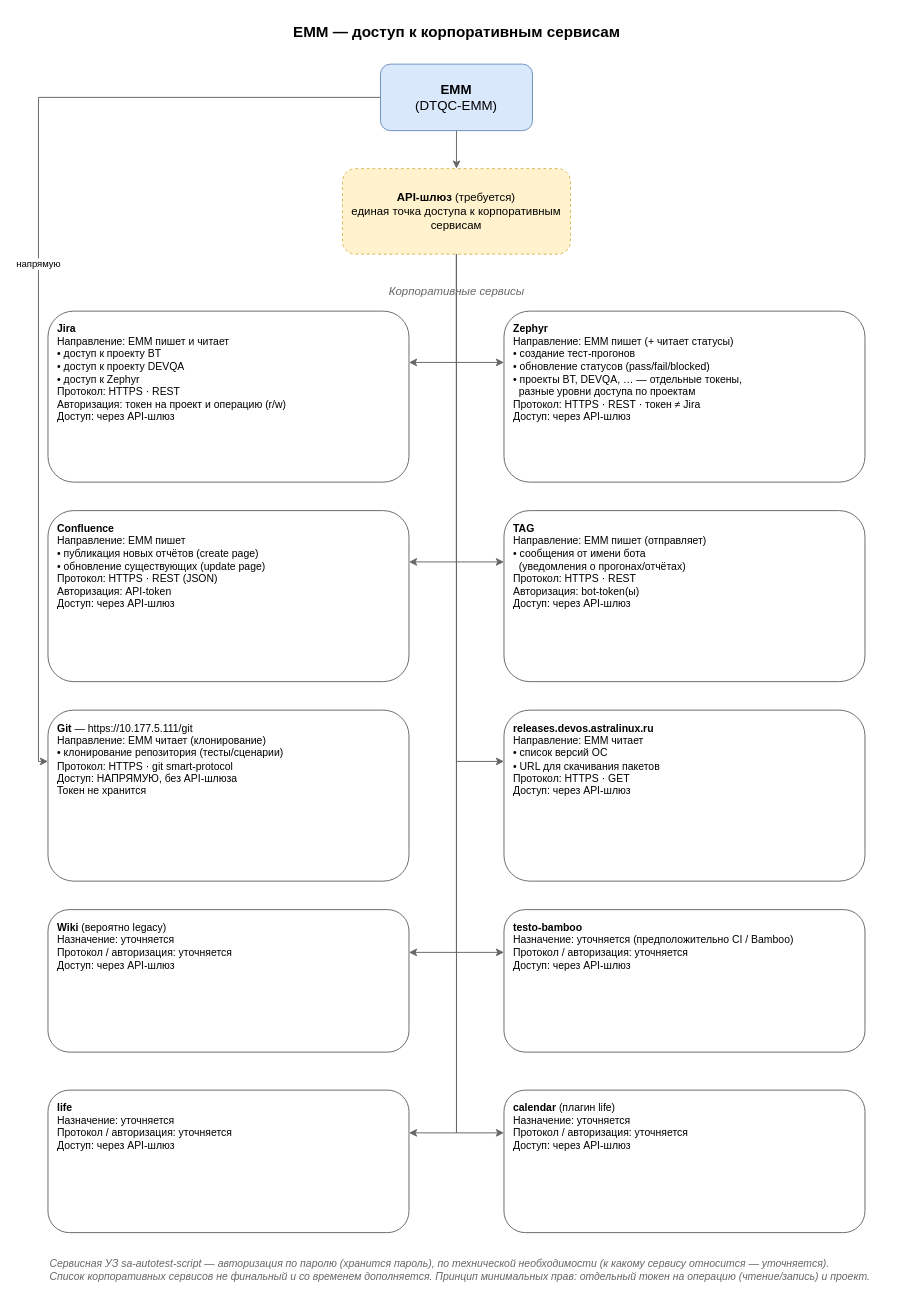
Earlier version of the draw.io diagram dbos_server_service/diagrams/external-integrations.drawio (N2OCaKeS/stress_test). Source tidied: cells renumbered, new cells numbered last; positions are measured from the earlier drawing's top-left corner, leaving out a move shared by most shapes. Both pictures are drawn from the tidied source at 95%, with x=0, y=0 at pixel (28, 16).
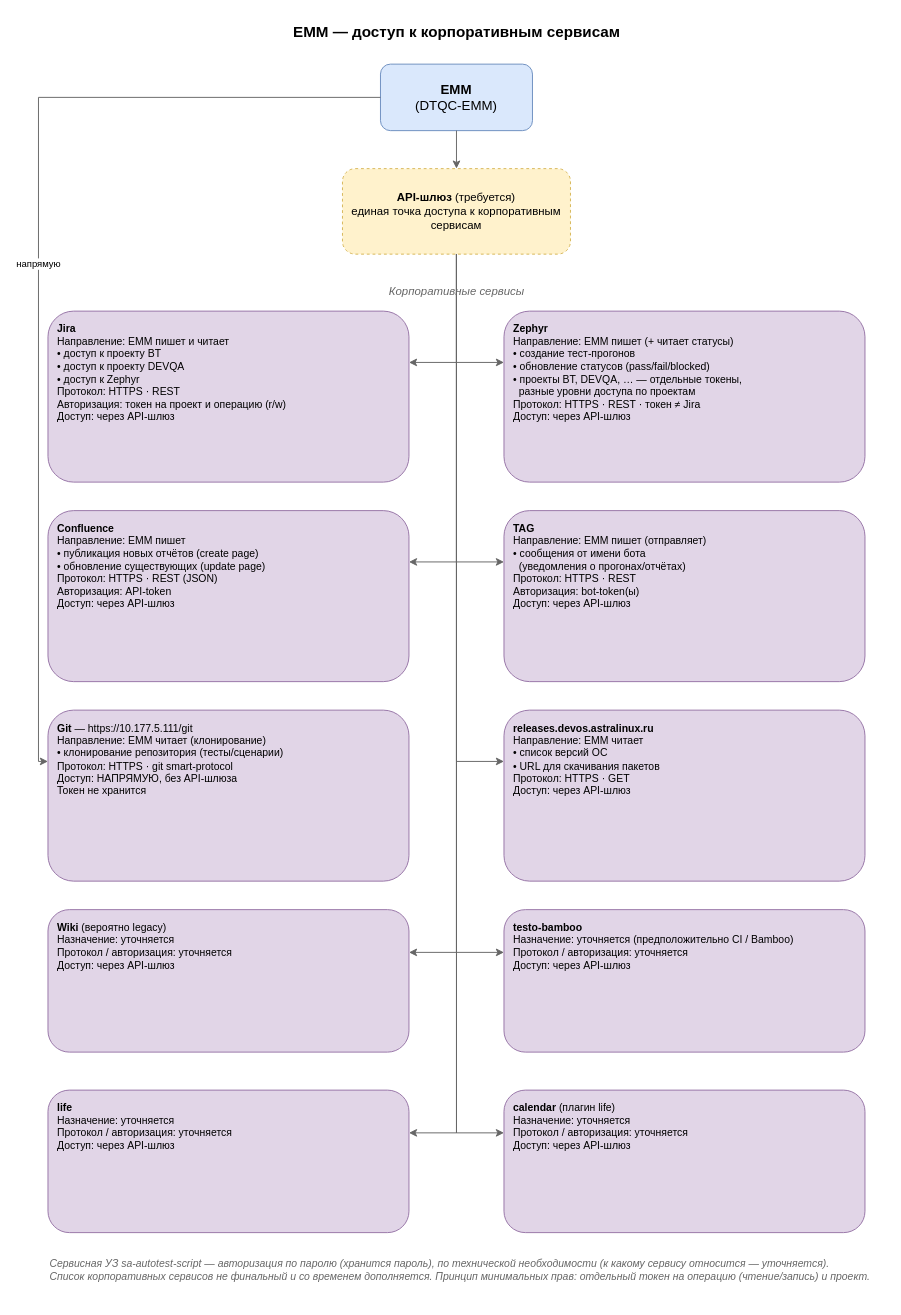
Above is the later version.

Commit message:
give service blocks a fill color

Change to the diagram source:
```diff
@@
-    <mxCell id="6" value="&lt;b&gt;Jira&lt;/b&gt;&lt;br&gt;Направление: EMM пишет и читает&lt;br&gt;• доступ к проекту BT&lt;br&gt;• доступ к проекту DEVQA&lt;br&gt;• доступ к Zephyr&lt;br&gt;Протокол: HTTPS · REST&lt;br&gt;Авторизация: токен на проект и операцию (r/w)&lt;br&gt;Доступ: через API-шлюз" style="rounded=1;whiteSpace=wrap;html=1;fillColor=#ffffff;strokeColor=#666666;align=left;verticalAlign=top;spacingLeft=8;spacingTop=6;fontSize=11;" parent="1" vertex="1">
+    <mxCell id="6" value="&lt;b&gt;Jira&lt;/b&gt;&lt;br&gt;Направление: EMM пишет и читает&lt;br&gt;• доступ к проекту BT&lt;br&gt;• доступ к проекту DEVQA&lt;br&gt;• доступ к Zephyr&lt;br&gt;Протокол: HTTPS · REST&lt;br&gt;Авторизация: токен на проект и операцию (r/w)&lt;br&gt;Доступ: через API-шлюз" style="rounded=1;whiteSpace=wrap;html=1;fillColor=#e1d5e7;strokeColor=#9673a6;align=left;verticalAlign=top;spacingLeft=8;spacingTop=6;fontSize=11;" parent="1" vertex="1">
       <mxGeometry x="20" y="310" width="380" height="180" as="geometry" />
     </mxCell>
-    <mxCell id="7" value="&lt;b&gt;Zephyr&lt;/b&gt;&lt;br&gt;Направление: EMM пишет (+ читает статусы)&lt;br&gt;• создание тест-прогонов&lt;br&gt;• обновление статусов (pass/fail/blocked)&lt;br&gt;• проекты BT, DEVQA, … — отдельные токены,&lt;br&gt;  разные уровни доступа по проектам&lt;br&gt;Протокол: HTTPS · REST · токен ≠ Jira&lt;br&gt;Доступ: через API-шлюз" style="rounded=1;whiteSpace=wrap;html=1;fillColor=#ffffff;strokeColor=#666666;align=left;verticalAlign=top;spacingLeft=8;spacingTop=6;fontSize=11;" parent="1" vertex="1">
+    <mxCell id="7" value="&lt;b&gt;Zephyr&lt;/b&gt;&lt;br&gt;Направление: EMM пишет (+ читает статусы)&lt;br&gt;• создание тест-прогонов&lt;br&gt;• обновление статусов (pass/fail/blocked)&lt;br&gt;• проекты BT, DEVQA, … — отдельные токены,&lt;br&gt;  разные уровни доступа по проектам&lt;br&gt;Протокол: HTTPS · REST · токен ≠ Jira&lt;br&gt;Доступ: через API-шлюз" style="rounded=1;whiteSpace=wrap;html=1;fillColor=#e1d5e7;strokeColor=#9673a6;align=left;verticalAlign=top;spacingLeft=8;spacingTop=6;fontSize=11;" parent="1" vertex="1">
       <mxGeometry x="500" y="310" width="380" height="180" as="geometry" />
     </mxCell>
-    <mxCell id="8" value="&lt;b&gt;Confluence&lt;/b&gt;&lt;br&gt;Направление: EMM пишет&lt;br&gt;• публикация новых отчётов (create page)&lt;br&gt;• обновление существующих (update page)&lt;br&gt;Протокол: HTTPS · REST (JSON)&lt;br&gt;Авторизация: API-token&lt;br&gt;Доступ: через API-шлюз" style="rounded=1;whiteSpace=wrap;html=1;fillColor=#ffffff;strokeColor=#666666;align=left;verticalAlign=top;spacingLeft=8;spacingTop=6;fontSize=11;" parent="1" vertex="1">
+    <mxCell id="8" value="&lt;b&gt;Confluence&lt;/b&gt;&lt;br&gt;Направление: EMM пишет&lt;br&gt;• публикация новых отчётов (create page)&lt;br&gt;• обновление существующих (update page)&lt;br&gt;Протокол: HTTPS · REST (JSON)&lt;br&gt;Авторизация: API-token&lt;br&gt;Доступ: через API-шлюз" style="rounded=1;whiteSpace=wrap;html=1;fillColor=#e1d5e7;strokeColor=#9673a6;align=left;verticalAlign=top;spacingLeft=8;spacingTop=6;fontSize=11;" parent="1" vertex="1">
       <mxGeometry x="20" y="520" width="380" height="180" as="geometry" />
     </mxCell>
-    <mxCell id="9" value="&lt;b&gt;TAG&lt;/b&gt;&lt;br&gt;Направление: EMM пишет (отправляет)&lt;br&gt;• сообщения от имени бота&lt;br&gt;  (уведомления о прогонах/отчётах)&lt;br&gt;Протокол: HTTPS · REST&lt;br&gt;Авторизация: bot-token(ы)&lt;br&gt;Доступ: через API-шлюз" style="rounded=1;whiteSpace=wrap;html=1;fillColor=#ffffff;strokeColor=#666666;align=left;verticalAlign=top;spacingLeft=8;spacingTop=6;fontSize=11;" parent="1" vertex="1">
+    <mxCell id="9" value="&lt;b&gt;TAG&lt;/b&gt;&lt;br&gt;Направление: EMM пишет (отправляет)&lt;br&gt;• сообщения от имени бота&lt;br&gt;  (уведомления о прогонах/отчётах)&lt;br&gt;Протокол: HTTPS · REST&lt;br&gt;Авторизация: bot-token(ы)&lt;br&gt;Доступ: через API-шлюз" style="rounded=1;whiteSpace=wrap;html=1;fillColor=#e1d5e7;strokeColor=#9673a6;align=left;verticalAlign=top;spacingLeft=8;spacingTop=6;fontSize=11;" parent="1" vertex="1">
       <mxGeometry x="500" y="520" width="380" height="180" as="geometry" />
     </mxCell>
-    <mxCell id="10" value="&lt;b&gt;Git&lt;/b&gt; — https://10.177.5.111/git&lt;br&gt;Направление: EMM читает (клонирование)&lt;br&gt;• клонирование репозитория (тесты/сценарии)&lt;br&gt;Протокол: HTTPS · git smart-protocol&lt;br&gt;Доступ: НАПРЯМУЮ, без API-шлюза&lt;br&gt;Токен не хранится" style="rounded=1;whiteSpace=wrap;html=1;fillColor=#ffffff;strokeColor=#666666;align=left;verticalAlign=top;spacingLeft=8;spacingTop=6;fontSize=11;" parent="1" vertex="1">
+    <mxCell id="10" value="&lt;b&gt;Git&lt;/b&gt; — https://10.177.5.111/git&lt;br&gt;Направление: EMM читает (клонирование)&lt;br&gt;• клонирование репозитория (тесты/сценарии)&lt;br&gt;Протокол: HTTPS · git smart-protocol&lt;br&gt;Доступ: НАПРЯМУЮ, без API-шлюза&lt;br&gt;Токен не хранится" style="rounded=1;whiteSpace=wrap;html=1;fillColor=#e1d5e7;strokeColor=#9673a6;align=left;verticalAlign=top;spacingLeft=8;spacingTop=6;fontSize=11;" parent="1" vertex="1">
       <mxGeometry x="20" y="730" width="380" height="180" as="geometry" />
     </mxCell>
-    <mxCell id="11" value="&lt;b&gt;releases.devos.astralinux.ru&lt;/b&gt;&lt;br&gt;Направление: EMM читает&lt;br&gt;• список версий ОС&lt;br&gt;• URL для скачивания пакетов&lt;br&gt;Протокол: HTTPS · GET&lt;br&gt;Доступ: через API-шлюз" style="rounded=1;whiteSpace=wrap;html=1;fillColor=#ffffff;strokeColor=#666666;align=left;verticalAlign=top;spacingLeft=8;spacingTop=6;fontSize=11;" parent="1" vertex="1">
+    <mxCell id="11" value="&lt;b&gt;releases.devos.astralinux.ru&lt;/b&gt;&lt;br&gt;Направление: EMM читает&lt;br&gt;• список версий ОС&lt;br&gt;• URL для скачивания пакетов&lt;br&gt;Протокол: HTTPS · GET&lt;br&gt;Доступ: через API-шлюз" style="rounded=1;whiteSpace=wrap;html=1;fillColor=#e1d5e7;strokeColor=#9673a6;align=left;verticalAlign=top;spacingLeft=8;spacingTop=6;fontSize=11;" parent="1" vertex="1">
       <mxGeometry x="500" y="730" width="380" height="180" as="geometry" />
     </mxCell>
-    <mxCell id="12" value="&lt;b&gt;Wiki&lt;/b&gt; (вероятно legacy)&lt;br&gt;Назначение: уточняется&lt;br&gt;Протокол / авторизация: уточняется&lt;br&gt;Доступ: через API-шлюз" style="rounded=1;whiteSpace=wrap;html=1;fillColor=#ffffff;strokeColor=#666666;align=left;verticalAlign=top;spacingLeft=8;spacingTop=6;fontSize=11;" parent="1" vertex="1">
+    <mxCell id="12" value="&lt;b&gt;Wiki&lt;/b&gt; (вероятно legacy)&lt;br&gt;Назначение: уточняется&lt;br&gt;Протокол / авторизация: уточняется&lt;br&gt;Доступ: через API-шлюз" style="rounded=1;whiteSpace=wrap;html=1;fillColor=#e1d5e7;strokeColor=#9673a6;align=left;verticalAlign=top;spacingLeft=8;spacingTop=6;fontSize=11;" parent="1" vertex="1">
       <mxGeometry x="20" y="940" width="380" height="150" as="geometry" />
     </mxCell>
-    <mxCell id="13" value="&lt;b&gt;testo-bamboo&lt;/b&gt;&lt;br&gt;Назначение: уточняется (предположительно CI / Bamboo)&lt;br&gt;Протокол / авторизация: уточняется&lt;br&gt;Доступ: через API-шлюз" style="rounded=1;whiteSpace=wrap;html=1;fillColor=#ffffff;strokeColor=#666666;align=left;verticalAlign=top;spacingLeft=8;spacingTop=6;fontSize=11;" parent="1" vertex="1">
+    <mxCell id="13" value="&lt;b&gt;testo-bamboo&lt;/b&gt;&lt;br&gt;Назначение: уточняется (предположительно CI / Bamboo)&lt;br&gt;Протокол / авторизация: уточняется&lt;br&gt;Доступ: через API-шлюз" style="rounded=1;whiteSpace=wrap;html=1;fillColor=#e1d5e7;strokeColor=#9673a6;align=left;verticalAlign=top;spacingLeft=8;spacingTop=6;fontSize=11;" parent="1" vertex="1">
       <mxGeometry x="500" y="940" width="380" height="150" as="geometry" />
     </mxCell>
-    <mxCell id="14" value="&lt;b&gt;life&lt;/b&gt;&lt;br&gt;Назначение: уточняется&lt;br&gt;Протокол / авторизация: уточняется&lt;br&gt;Доступ: через API-шлюз" style="rounded=1;whiteSpace=wrap;html=1;fillColor=#ffffff;strokeColor=#666666;align=left;verticalAlign=top;spacingLeft=8;spacingTop=6;fontSize=11;" parent="1" vertex="1">
+    <mxCell id="14" value="&lt;b&gt;life&lt;/b&gt;&lt;br&gt;Назначение: уточняется&lt;br&gt;Протокол / авторизация: уточняется&lt;br&gt;Доступ: через API-шлюз" style="rounded=1;whiteSpace=wrap;html=1;fillColor=#e1d5e7;strokeColor=#9673a6;align=left;verticalAlign=top;spacingLeft=8;spacingTop=6;fontSize=11;" parent="1" vertex="1">
       <mxGeometry x="20" y="1130" width="380" height="150" as="geometry" />
     </mxCell>
-    <mxCell id="15" value="&lt;b&gt;calendar&lt;/b&gt; (плагин life)&lt;br&gt;Назначение: уточняется&lt;br&gt;Протокол / авторизация: уточняется&lt;br&gt;Доступ: через API-шлюз" style="rounded=1;whiteSpace=wrap;html=1;fillColor=#ffffff;strokeColor=#666666;align=left;verticalAlign=top;spacingLeft=8;spacingTop=6;fontSize=11;" parent="1" vertex="1">
+    <mxCell id="15" value="&lt;b&gt;calendar&lt;/b&gt; (плагин life)&lt;br&gt;Назначение: уточняется&lt;br&gt;Протокол / авторизация: уточняется&lt;br&gt;Доступ: через API-шлюз" style="rounded=1;whiteSpace=wrap;html=1;fillColor=#e1d5e7;strokeColor=#9673a6;align=left;verticalAlign=top;spacingLeft=8;spacingTop=6;fontSize=11;" parent="1" vertex="1">
       <mxGeometry x="500" y="1130" width="380" height="150" as="geometry" />
     </mxCell>
```
